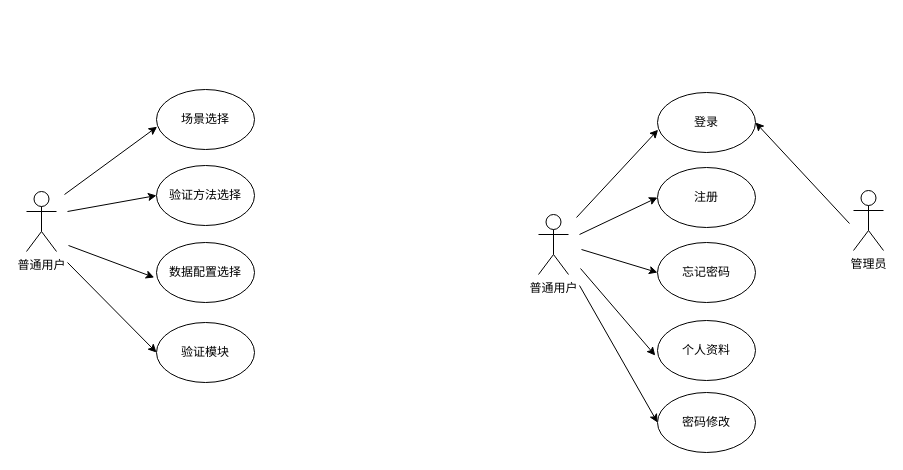
This is page "第 2 页" (2 of 6) of software.drawio from chensiyi0904/draw.io, a draw.io file, before an edit. Source tidied: cells renumbered, new cells numbered last; positions are measured from the earlier drawing's top-left corner, leaving out a move shared by most shapes. Both pictures are drawn from the tidied source at 100%, with x=0, y=0 at pixel (26, 89).
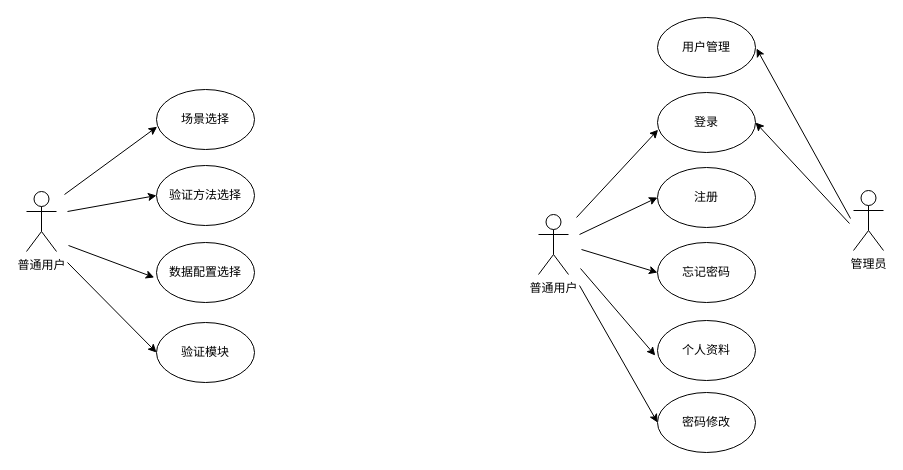
Above is the later version.

The edit, as a diff of the source:
```diff
@@
+    <mxCell id="24" style="endArrow=classic;html=1;rounded=0;" parent="1" edge="1">
+      <mxGeometry relative="1" as="geometry">
+        <mxPoint x="824" y="129" as="sourcePoint" />
+        <mxPoint x="730" y="-41" as="targetPoint" />
+      </mxGeometry>
+    </mxCell>
+    <mxCell id="25" value="用户管理" style="ellipse;whiteSpace=wrap;html=1;" parent="1" vertex="1">
+      <mxGeometry x="631" y="-72" width="98" height="60" as="geometry" />
+    </mxCell>
```
